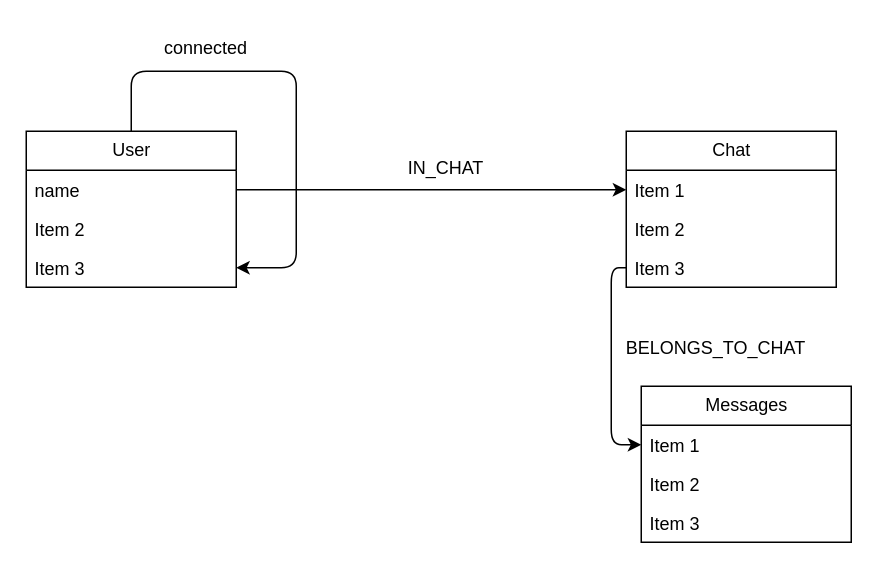
Earlier version of the draw.io diagram db.drawio (Matt-Eva/connect-express-typescript). Source tidied: cells renumbered, new cells numbered last; positions are measured from the earlier drawing's top-left corner, leaving out a move shared by most shapes. Both pictures are drawn from the tidied source at 150%, with x=0, y=0 at pixel (26, 26).
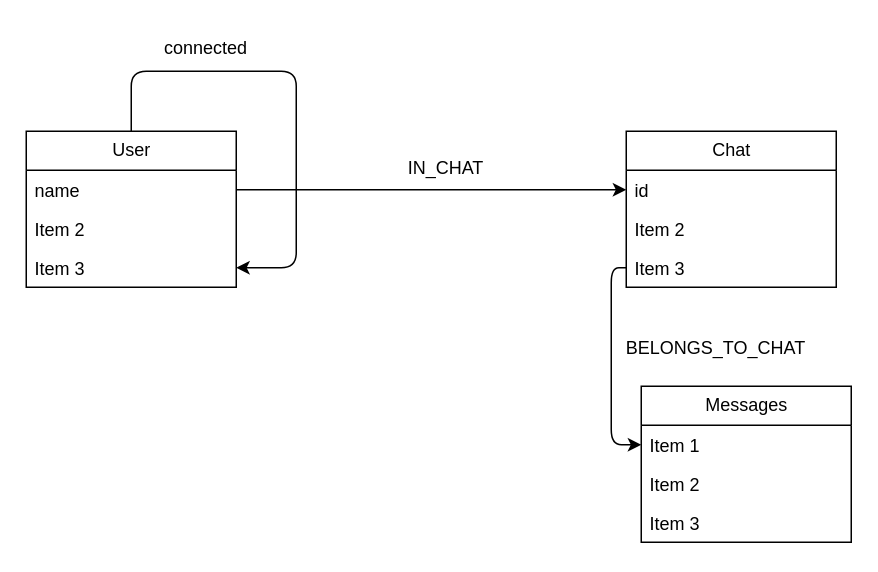
Above is the later version.

The change refers to these unchanged cells:
```xml
<mxCell id="7" value="Chat" style="swimlane;fontStyle=0;horizontal=1;startSize=26;fillColor=none;html=1;" parent="1" vertex="1">
  <mxGeometry x="400" y="70" width="140" height="104" as="geometry" />
</mxCell>
```

Change to the diagram source:
```diff
@@
-    <mxCell id="8" value="Item 1" style="text;strokeColor=none;fillColor=none;align=left;verticalAlign=top;spacingLeft=4;spacingRight=4;overflow=hidden;points=[[0,0.5],[1,0.5]];portConstraint=eastwest;whiteSpace=wrap;html=1;" parent="7" vertex="1">
+    <mxCell id="8" value="id" style="text;strokeColor=none;fillColor=none;align=left;verticalAlign=top;spacingLeft=4;spacingRight=4;overflow=hidden;points=[[0,0.5],[1,0.5]];portConstraint=eastwest;whiteSpace=wrap;html=1;" parent="7" vertex="1">
       <mxGeometry y="26" width="140" height="26" as="geometry" />
     </mxCell>
```
